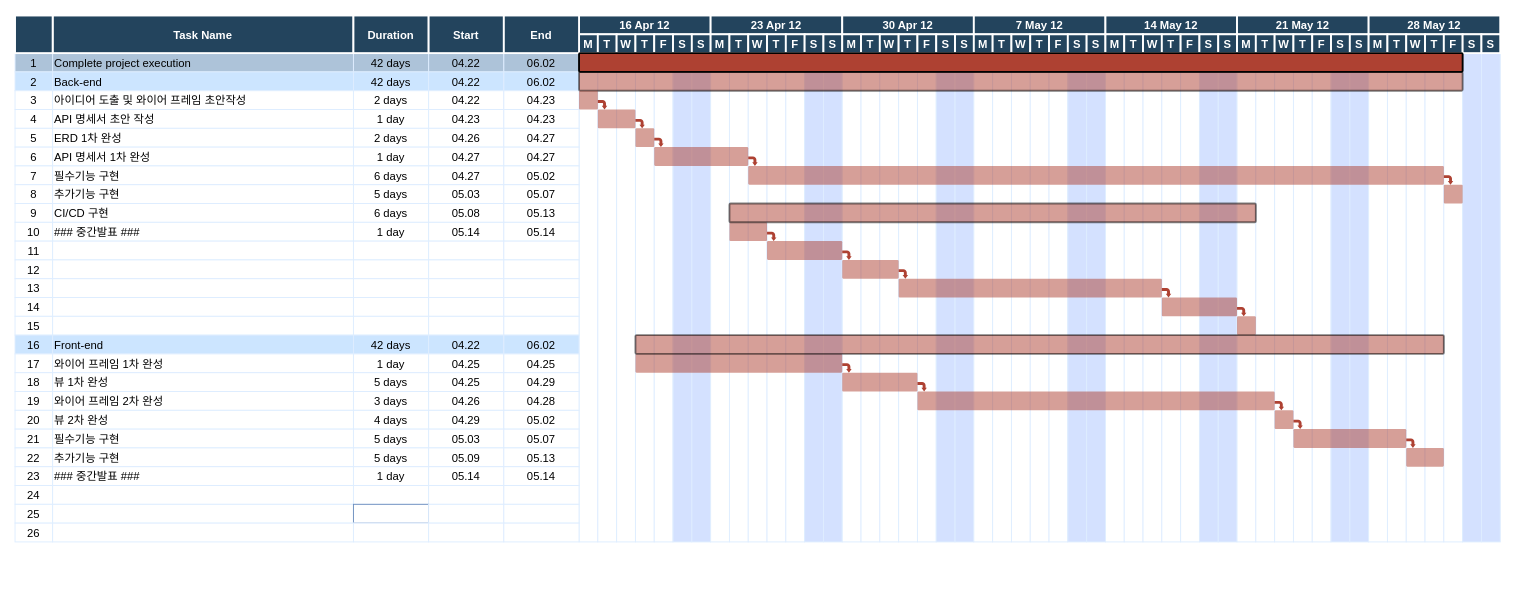
Above: plan.drawio in qwe1234k/finalProjectERD (draw.io), before the change. Source tidied: cells renumbered, new cells numbered last; positions are measured from the earlier drawing's top-left corner, leaving out a move shared by most shapes. Both pictures are drawn from the tidied source at 94%, with x=0, y=0 at pixel (14, 15).
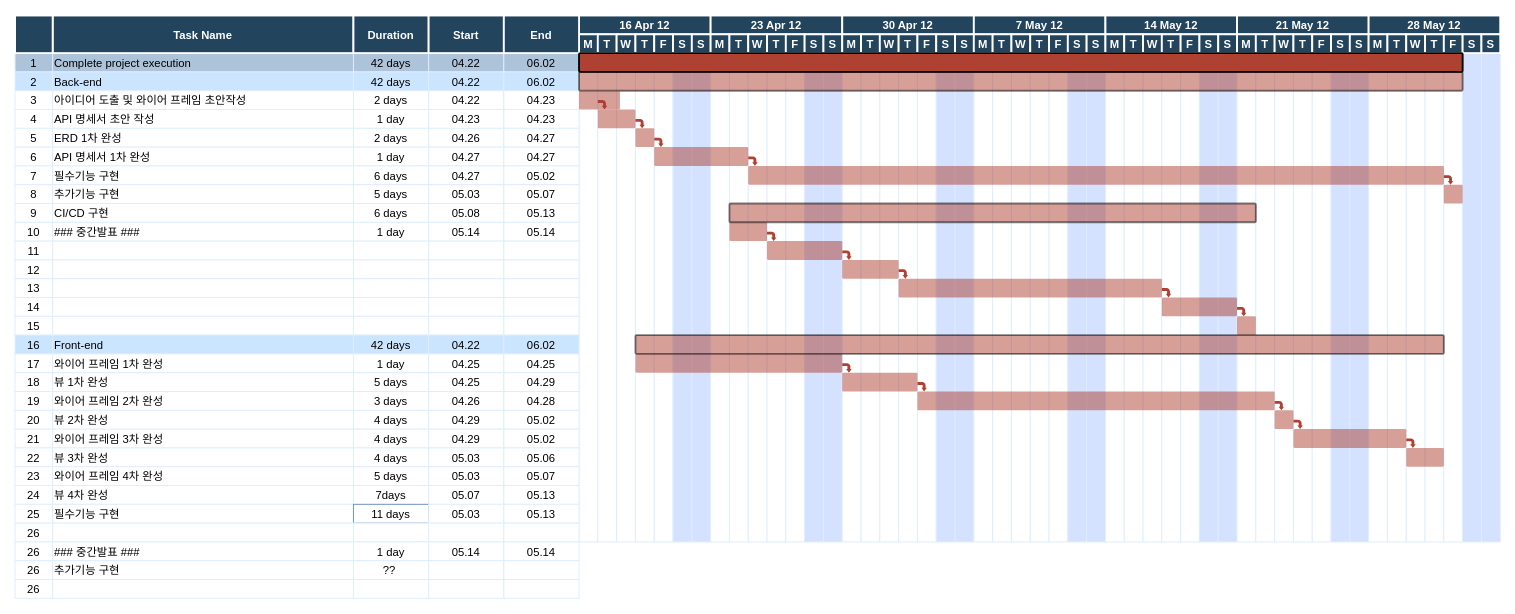
The same diagram, later.

Diff of the diagram source:
```diff
@@
-    <mxCell id="104" value="필수기능 구현" style="align=left;strokeColor=#DEEDFF;" parent="1" vertex="1">
+    <mxCell id="104" value="와이어 프레임 3차 완성" style="align=left;strokeColor=#DEEDFF;" parent="1" vertex="1">
       <mxGeometry x="40.5" y="440" width="320" height="20" as="geometry" />
     </mxCell>
-    <mxCell id="105" value="5 days" style="strokeColor=#DEEDFF;" parent="1" vertex="1">
+    <mxCell id="105" value="4 days" style="strokeColor=#DEEDFF;" parent="1" vertex="1">
       <mxGeometry x="360.5" y="440" width="80" height="20" as="geometry" />
     </mxCell>
-    <mxCell id="106" value="05.03" style="strokeColor=#DEEDFF;" parent="1" vertex="1">
+    <mxCell id="106" value="04.29" style="strokeColor=#DEEDFF;" parent="1" vertex="1">
       <mxGeometry x="440.5" y="440" width="80" height="20" as="geometry" />
     </mxCell>
-    <mxCell id="107" value="05.07" style="strokeColor=#DEEDFF;" parent="1" vertex="1">
+    <mxCell id="107" value="05.02" style="strokeColor=#DEEDFF;" parent="1" vertex="1">
       <mxGeometry x="520.5" y="440" width="80" height="20" as="geometry" />
     </mxCell>
@@
-    <mxCell id="109" value="추가기능 구현" style="align=left;strokeColor=#DEEDFF;" parent="1" vertex="1">
+    <mxCell id="109" value="뷰 3차 완성" style="align=left;strokeColor=#DEEDFF;" parent="1" vertex="1">
       <mxGeometry x="40.5" y="460" width="320" height="20" as="geometry" />
     </mxCell>
-    <mxCell id="110" value="5 days" style="strokeColor=#DEEDFF;" parent="1" vertex="1">
+    <mxCell id="110" value="4 days" style="strokeColor=#DEEDFF;" parent="1" vertex="1">
       <mxGeometry x="360.5" y="460" width="80" height="20" as="geometry" />
     </mxCell>
-    <mxCell id="111" value="05.09" style="strokeColor=#DEEDFF;" parent="1" vertex="1">
+    <mxCell id="111" value="05.03" style="strokeColor=#DEEDFF;" parent="1" vertex="1">
       <mxGeometry x="440.5" y="460" width="80" height="20" as="geometry" />
     </mxCell>
-    <mxCell id="112" value="05.13" style="strokeColor=#DEEDFF;" parent="1" vertex="1">
+    <mxCell id="112" value="05.06" style="strokeColor=#DEEDFF;" parent="1" vertex="1">
       <mxGeometry x="520.5" y="460" width="80" height="20" as="geometry" />
     </mxCell>
@@
-    <mxCell id="114" value="### 중간발표 ###" style="align=left;strokeColor=#DEEDFF;" parent="1" vertex="1">
+    <mxCell id="114" value="와이어 프레임 4차 완성" style="align=left;strokeColor=#DEEDFF;" parent="1" vertex="1">
       <mxGeometry x="40.5" y="480" width="320" height="20" as="geometry" />
     </mxCell>
-    <mxCell id="115" value="1 day" style="strokeColor=#DEEDFF;" parent="1" vertex="1">
+    <mxCell id="115" value="5 days" style="strokeColor=#DEEDFF;" parent="1" vertex="1">
       <mxGeometry x="360.5" y="480" width="80" height="20" as="geometry" />
     </mxCell>
-    <mxCell id="116" value="05.14" style="strokeColor=#DEEDFF;" parent="1" vertex="1">
+    <mxCell id="116" value="05.03" style="strokeColor=#DEEDFF;" parent="1" vertex="1">
       <mxGeometry x="440.5" y="480" width="80" height="20" as="geometry" />
     </mxCell>
-    <mxCell id="117" value="05.14" style="strokeColor=#DEEDFF;" parent="1" vertex="1">
+    <mxCell id="117" value="05.07" style="strokeColor=#DEEDFF;" parent="1" vertex="1">
       <mxGeometry x="520.5" y="480" width="80" height="20" as="geometry" />
     </mxCell>
@@
-    <mxCell id="119" style="align=left;strokeColor=#DEEDFF;" parent="1" vertex="1">
+    <mxCell id="119" value="뷰 4차 완성" style="align=left;strokeColor=#DEEDFF;" parent="1" vertex="1">
       <mxGeometry x="40.5" y="500" width="320" height="20" as="geometry" />
     </mxCell>
-    <mxCell id="120" style="strokeColor=#DEEDFF;" parent="1" vertex="1">
+    <mxCell id="120" value="7days" style="strokeColor=#DEEDFF;" parent="1" vertex="1">
       <mxGeometry x="360.5" y="500" width="80" height="20" as="geometry" />
     </mxCell>
-    <mxCell id="121" style="strokeColor=#DEEDFF;" parent="1" vertex="1">
+    <mxCell id="121" value="05.07" style="strokeColor=#DEEDFF;" parent="1" vertex="1">
       <mxGeometry x="440.5" y="500" width="80" height="20" as="geometry" />
     </mxCell>
-    <mxCell id="122" style="strokeColor=#DEEDFF;" parent="1" vertex="1">
+    <mxCell id="122" value="05.13" style="strokeColor=#DEEDFF;" parent="1" vertex="1">
       <mxGeometry x="520.5" y="500" width="80" height="20" as="geometry" />
     </mxCell>
@@
-    <mxCell id="124" style="align=left;strokeColor=#DEEDFF;" parent="1" vertex="1">
+    <mxCell id="124" value="필수기능 구현" style="align=left;strokeColor=#DEEDFF;" parent="1" vertex="1">
       <mxGeometry x="40.5" y="520" width="320" height="20" as="geometry" />
     </mxCell>
-    <mxCell id="125" style="strokeColor=#6c8ebf;fillColor=#FFFFFF;" parent="1" vertex="1">
+    <mxCell id="125" value="11 days" style="strokeColor=#6c8ebf;fillColor=#FFFFFF;" parent="1" vertex="1">
       <mxGeometry x="360.5" y="520" width="80" height="20" as="geometry" />
     </mxCell>
-    <mxCell id="126" style="strokeColor=#DEEDFF;" parent="1" vertex="1">
+    <mxCell id="126" value="05.03" style="strokeColor=#DEEDFF;" parent="1" vertex="1">
       <mxGeometry x="440.5" y="520" width="80" height="20" as="geometry" />
     </mxCell>
-    <mxCell id="127" style="strokeColor=#DEEDFF;" parent="1" vertex="1">
+    <mxCell id="127" value="05.13" style="strokeColor=#DEEDFF;" parent="1" vertex="1">
       <mxGeometry x="520.5" y="520" width="80" height="20" as="geometry" />
     </mxCell>
@@
     <mxCell id="244" style="shape=mxgraph.flowchart.process;fillColor=#AE4132;strokeColor=none;strokeWidth=2;opacity=50;" parent="1" vertex="1">
-      <mxGeometry x="600.5" y="80" width="20" height="20" as="geometry" />
+      <mxGeometry x="600.5" y="80" width="43.5" height="20" as="geometry" />
     </mxCell>
@@
+    <mxCell id="279" value="26" style="strokeColor=#DEEDFF;" parent="1" vertex="1">
+      <mxGeometry x="0.5" y="560" width="40" height="20" as="geometry" />
+    </mxCell>
+    <mxCell id="280" value="### 중간발표 ###" style="align=left;strokeColor=#DEEDFF;" parent="1" vertex="1">
+      <mxGeometry x="40.5" y="560" width="320" height="20" as="geometry" />
+    </mxCell>
+    <mxCell id="281" value="1 day" style="strokeColor=#DEEDFF;" parent="1" vertex="1">
+      <mxGeometry x="360.5" y="560" width="80" height="20" as="geometry" />
+    </mxCell>
+    <mxCell id="282" value="05.14" style="strokeColor=#DEEDFF;" parent="1" vertex="1">
+      <mxGeometry x="440.5" y="560" width="80" height="20" as="geometry" />
+    </mxCell>
+    <mxCell id="283" value="05.14" style="strokeColor=#DEEDFF;" parent="1" vertex="1">
+      <mxGeometry x="520.5" y="560" width="80" height="20" as="geometry" />
+    </mxCell>
+    <mxCell id="284" value="26" style="strokeColor=#DEEDFF;" parent="1" vertex="1">
+      <mxGeometry x="0.5" y="580" width="40" height="20" as="geometry" />
+    </mxCell>
+    <mxCell id="285" value="추가기능 구현" style="align=left;strokeColor=#DEEDFF;" parent="1" vertex="1">
+      <mxGeometry x="40.5" y="580" width="320" height="20" as="geometry" />
+    </mxCell>
+    <mxCell id="286" value="?? " style="strokeColor=#DEEDFF;" parent="1" vertex="1">
+      <mxGeometry x="360.5" y="580" width="80" height="20" as="geometry" />
+    </mxCell>
+    <mxCell id="287" style="strokeColor=#DEEDFF;" parent="1" vertex="1">
+      <mxGeometry x="440.5" y="580" width="80" height="20" as="geometry" />
+    </mxCell>
+    <mxCell id="288" style="strokeColor=#DEEDFF;" parent="1" vertex="1">
+      <mxGeometry x="520.5" y="580" width="80" height="20" as="geometry" />
+    </mxCell>
+    <mxCell id="289" value="26" style="strokeColor=#DEEDFF;" parent="1" vertex="1">
+      <mxGeometry x="0.5" y="600" width="40" height="20" as="geometry" />
+    </mxCell>
+    <mxCell id="290" style="align=left;strokeColor=#DEEDFF;" parent="1" vertex="1">
+      <mxGeometry x="40.5" y="600" width="320" height="20" as="geometry" />
+    </mxCell>
+    <mxCell id="291" style="strokeColor=#DEEDFF;" parent="1" vertex="1">
+      <mxGeometry x="360.5" y="600" width="80" height="20" as="geometry" />
+    </mxCell>
+    <mxCell id="292" style="strokeColor=#DEEDFF;" parent="1" vertex="1">
+      <mxGeometry x="440.5" y="600" width="80" height="20" as="geometry" />
+    </mxCell>
+    <mxCell id="293" style="strokeColor=#DEEDFF;" parent="1" vertex="1">
+      <mxGeometry x="520.5" y="600" width="80" height="20" as="geometry" />
+    </mxCell>
```
